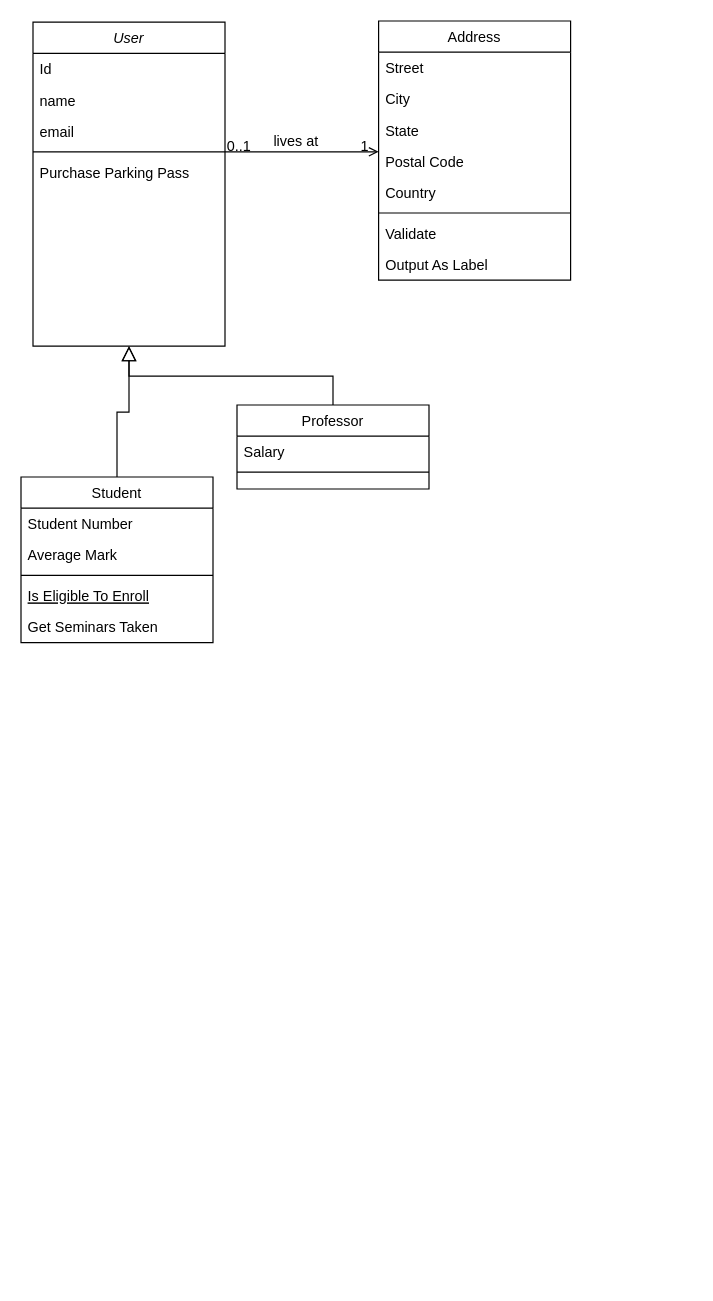
Earlier version of the draw.io diagram Untitled Diagram.drawio (Al1en131/Note-App). Source tidied: cells renumbered, new cells numbered last; positions are measured from the earlier drawing's top-left corner, leaving out a move shared by most shapes. Both pictures are drawn from the tidied source at 120%, with x=0, y=0 at pixel (20, 20).
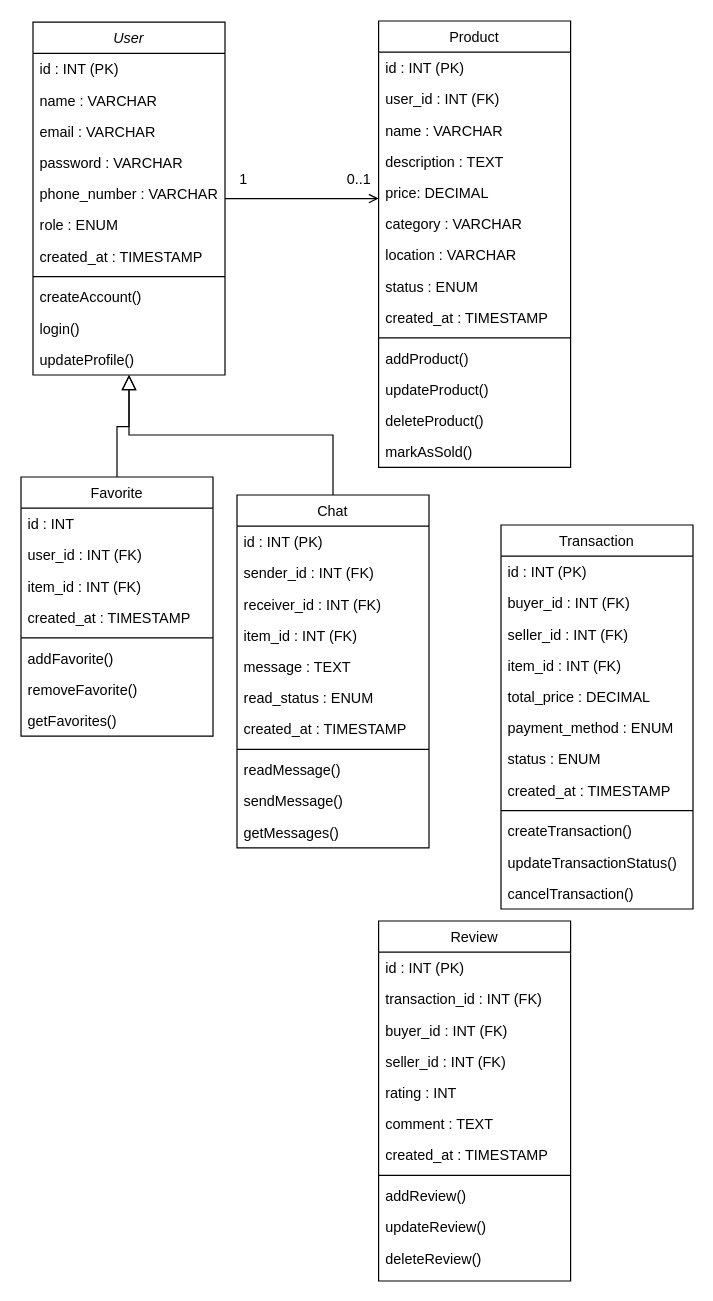
The same diagram, later.

The change refers to these unchanged cells:
```xml
<mxCell id="28" style="endArrow=open;shadow=0;strokeWidth=1;rounded=0;curved=0;endFill=1;edgeStyle=elbowEdgeStyle;elbow=vertical;" parent="1" edge="1" source="2" target="19">
  <mxGeometry x="0.5" y="41" relative="1" as="geometry">
    <mxPoint x="-40" y="32" as="offset" />
  </mxGeometry>
</mxCell>
```

Diff of the diagram source:
```diff
@@
     <mxCell id="2" value="User" style="swimlane;fontStyle=2;align=center;verticalAlign=top;horizontal=1;startSize=26;rounded=0;shadow=0;strokeWidth=1;" parent="1" vertex="1">
-      <mxGeometry x="10" y="1" width="160" height="270" as="geometry" />
+      <mxGeometry x="10" y="1" width="160" height="294" as="geometry" />
     </mxCell>
-    <mxCell id="3" value="Id" style="text;align=left;verticalAlign=top;spacingLeft=4;spacingRight=4;overflow=hidden;" parent="2" vertex="1">
+    <mxCell id="3" value="id : INT (PK)" style="text;align=left;verticalAlign=top;spacingLeft=4;spacingRight=4;overflow=hidden;" parent="2" vertex="1">
       <mxGeometry y="26" width="160" height="26" as="geometry" />
     </mxCell>
-    <mxCell id="4" value="name" style="text;align=left;verticalAlign=top;spacingLeft=4;spacingRight=4;overflow=hidden;rounded=0;shadow=0;html=0;" parent="2" vertex="1">
+    <mxCell id="4" value="name : VARCHAR" style="text;align=left;verticalAlign=top;spacingLeft=4;spacingRight=4;overflow=hidden;rounded=0;shadow=0;html=0;" parent="2" vertex="1">
       <mxGeometry y="52" width="160" height="26" as="geometry" />
     </mxCell>
-    <mxCell id="5" value="email" style="text;align=left;verticalAlign=top;spacingLeft=4;spacingRight=4;overflow=hidden;rounded=0;shadow=0;html=0;" parent="2" vertex="1">
+    <mxCell id="5" value="email : VARCHAR" style="text;align=left;verticalAlign=top;spacingLeft=4;spacingRight=4;overflow=hidden;rounded=0;shadow=0;html=0;" parent="2" vertex="1">
       <mxGeometry y="78" width="160" height="26" as="geometry" />
     </mxCell>
+    <mxCell id="32" value="password : VARCHAR" style="text;align=left;verticalAlign=top;spacingLeft=4;spacingRight=4;overflow=hidden;rounded=0;shadow=0;html=0;" parent="2" vertex="1">
+      <mxGeometry y="104" width="160" height="26" as="geometry" />
+    </mxCell>
+    <mxCell id="33" value="phone_number : VARCHAR" style="text;align=left;verticalAlign=top;spacingLeft=4;spacingRight=4;overflow=hidden;rounded=0;shadow=0;html=0;" parent="2" vertex="1">
+      <mxGeometry y="130" width="160" height="26" as="geometry" />
+    </mxCell>
+    <mxCell id="34" value="role : ENUM" style="text;align=left;verticalAlign=top;spacingLeft=4;spacingRight=4;overflow=hidden;rounded=0;shadow=0;html=0;" parent="2" vertex="1">
+      <mxGeometry y="156" width="160" height="26" as="geometry" />
+    </mxCell>
+    <mxCell id="35" value="created_at : TIMESTAMP" style="text;align=left;verticalAlign=top;spacingLeft=4;spacingRight=4;overflow=hidden;rounded=0;shadow=0;html=0;" parent="2" vertex="1">
+      <mxGeometry y="182" width="160" height="26" as="geometry" />
+    </mxCell>
     <mxCell id="6" style="line;html=1;strokeWidth=1;align=left;verticalAlign=middle;spacingTop=-1;spacingLeft=3;spacingRight=3;labelPosition=right;" parent="2" vertex="1">
-      <mxGeometry y="104" width="160" height="8" as="geometry" />
+      <mxGeometry y="208" width="160" height="8" as="geometry" />
     </mxCell>
-    <mxCell id="7" value="Purchase Parking Pass" style="text;align=left;verticalAlign=top;spacingLeft=4;spacingRight=4;overflow=hidden;" parent="2" vertex="1">
-      <mxGeometry y="112" width="160" height="26" as="geometry" />
+    <mxCell id="7" value="createAccount()" style="text;align=left;verticalAlign=top;spacingLeft=4;spacingRight=4;overflow=hidden;" parent="2" vertex="1">
+      <mxGeometry y="216" width="160" height="26" as="geometry" />
     </mxCell>
+    <mxCell id="36" value="login()" style="text;align=left;verticalAlign=top;spacingLeft=4;spacingRight=4;overflow=hidden;" parent="2" vertex="1">
+      <mxGeometry y="242" width="160" height="26" as="geometry" />
+    </mxCell>
+    <mxCell id="37" value="updateProfile()" style="text;align=left;verticalAlign=top;spacingLeft=4;spacingRight=4;overflow=hidden;" parent="2" vertex="1">
+      <mxGeometry y="268" width="160" height="26" as="geometry" />
+    </mxCell>
-    <mxCell id="8" value="Student" style="swimlane;fontStyle=0;align=center;verticalAlign=top;horizontal=1;startSize=26;rounded=0;shadow=0;strokeWidth=1;" parent="1" vertex="1">
-      <mxGeometry y="380" width="160" height="138" as="geometry" />
+    <mxCell id="8" value="Favorite" style="swimlane;fontStyle=0;align=center;verticalAlign=top;horizontal=1;startSize=26;rounded=0;shadow=0;strokeWidth=1;" parent="1" vertex="1">
+      <mxGeometry y="380" width="160" height="216" as="geometry" />
     </mxCell>
-    <mxCell id="9" value="Student Number" style="text;align=left;verticalAlign=top;spacingLeft=4;spacingRight=4;overflow=hidden;" parent="8" vertex="1">
+    <mxCell id="9" value="id : INT" style="text;align=left;verticalAlign=top;spacingLeft=4;spacingRight=4;overflow=hidden;" parent="8" vertex="1">
       <mxGeometry y="26" width="160" height="26" as="geometry" />
     </mxCell>
-    <mxCell id="10" value="Average Mark" style="text;align=left;verticalAlign=top;spacingLeft=4;spacingRight=4;overflow=hidden;rounded=0;shadow=0;html=0;" parent="8" vertex="1">
+    <mxCell id="10" value="user_id : INT (FK)" style="text;align=left;verticalAlign=top;spacingLeft=4;spacingRight=4;overflow=hidden;rounded=0;shadow=0;html=0;" parent="8" vertex="1">
       <mxGeometry y="52" width="160" height="26" as="geometry" />
     </mxCell>
+    <mxCell id="38" value="item_id : INT (FK)" style="text;align=left;verticalAlign=top;spacingLeft=4;spacingRight=4;overflow=hidden;rounded=0;shadow=0;html=0;" parent="8" vertex="1">
+      <mxGeometry y="78" width="160" height="26" as="geometry" />
+    </mxCell>
+    <mxCell id="39" value="created_at : TIMESTAMP" style="text;align=left;verticalAlign=top;spacingLeft=4;spacingRight=4;overflow=hidden;rounded=0;shadow=0;html=0;" parent="8" vertex="1">
+      <mxGeometry y="104" width="160" height="26" as="geometry" />
+    </mxCell>
     <mxCell id="11" style="line;html=1;strokeWidth=1;align=left;verticalAlign=middle;spacingTop=-1;spacingLeft=3;spacingRight=3;labelPosition=right;" parent="8" vertex="1">
-      <mxGeometry y="78" width="160" height="8" as="geometry" />
+      <mxGeometry y="130" width="160" height="8" as="geometry" />
     </mxCell>
-    <mxCell id="12" value="Is Eligible To Enroll" style="text;align=left;verticalAlign=top;spacingLeft=4;spacingRight=4;overflow=hidden;fontStyle=4;" parent="8" vertex="1">
-      <mxGeometry y="86" width="160" height="26" as="geometry" />
-    </mxCell>
-    <mxCell id="13" value="Get Seminars Taken" style="text;align=left;verticalAlign=top;spacingLeft=4;spacingRight=4;overflow=hidden;" parent="8" vertex="1">
-      <mxGeometry y="112" width="160" height="26" as="geometry" />
+    <mxCell id="13" value="addFavorite()" style="text;align=left;verticalAlign=top;spacingLeft=4;spacingRight=4;overflow=hidden;" parent="8" vertex="1">
+      <mxGeometry y="138" width="160" height="26" as="geometry" />
     </mxCell>
+    <mxCell id="40" value="removeFavorite()" style="text;align=left;verticalAlign=top;spacingLeft=4;spacingRight=4;overflow=hidden;rounded=0;shadow=0;html=0;" parent="8" vertex="1">
+      <mxGeometry y="164" width="160" height="26" as="geometry" />
+    </mxCell>
+    <mxCell id="41" value="getFavorites()" style="text;align=left;verticalAlign=top;spacingLeft=4;spacingRight=4;overflow=hidden;rounded=0;shadow=0;html=0;" parent="8" vertex="1">
+      <mxGeometry y="190" width="160" height="26" as="geometry" />
+    </mxCell>
@@
-    <mxCell id="15" value="Professor" style="swimlane;fontStyle=0;align=center;verticalAlign=top;horizontal=1;startSize=26;rounded=0;shadow=0;strokeWidth=1;" parent="1" vertex="1">
-      <mxGeometry x="180" y="320" width="160" height="70" as="geometry" />
+    <mxCell id="15" value="Chat" style="swimlane;fontStyle=0;align=center;verticalAlign=top;horizontal=1;startSize=26;rounded=0;shadow=0;strokeWidth=1;" parent="1" vertex="1">
+      <mxGeometry x="180" y="395" width="160" height="294" as="geometry" />
     </mxCell>
-    <mxCell id="16" value="Salary" style="text;align=left;verticalAlign=top;spacingLeft=4;spacingRight=4;overflow=hidden;" parent="15" vertex="1">
+    <mxCell id="16" value="id : INT (PK)" style="text;align=left;verticalAlign=top;spacingLeft=4;spacingRight=4;overflow=hidden;" parent="15" vertex="1">
       <mxGeometry y="26" width="160" height="26" as="geometry" />
     </mxCell>
+    <mxCell id="42" value="sender_id : INT (FK)" style="text;align=left;verticalAlign=top;spacingLeft=4;spacingRight=4;overflow=hidden;" parent="15" vertex="1">
+      <mxGeometry y="52" width="160" height="26" as="geometry" />
+    </mxCell>
+    <mxCell id="43" value="receiver_id : INT (FK)" style="text;align=left;verticalAlign=top;spacingLeft=4;spacingRight=4;overflow=hidden;" parent="15" vertex="1">
+      <mxGeometry y="78" width="160" height="26" as="geometry" />
+    </mxCell>
+    <mxCell id="44" value="item_id : INT (FK)" style="text;align=left;verticalAlign=top;spacingLeft=4;spacingRight=4;overflow=hidden;" parent="15" vertex="1">
+      <mxGeometry y="104" width="160" height="26" as="geometry" />
+    </mxCell>
+    <mxCell id="45" value="message : TEXT" style="text;align=left;verticalAlign=top;spacingLeft=4;spacingRight=4;overflow=hidden;" parent="15" vertex="1">
+      <mxGeometry y="130" width="160" height="26" as="geometry" />
+    </mxCell>
+    <mxCell id="46" value="read_status : ENUM" style="text;align=left;verticalAlign=top;spacingLeft=4;spacingRight=4;overflow=hidden;" parent="15" vertex="1">
+      <mxGeometry y="156" width="160" height="26" as="geometry" />
+    </mxCell>
+    <mxCell id="47" value="created_at : TIMESTAMP" style="text;align=left;verticalAlign=top;spacingLeft=4;spacingRight=4;overflow=hidden;" parent="15" vertex="1">
+      <mxGeometry y="182" width="160" height="26" as="geometry" />
+    </mxCell>
     <mxCell id="17" style="line;html=1;strokeWidth=1;align=left;verticalAlign=middle;spacingTop=-1;spacingLeft=3;spacingRight=3;labelPosition=right;" parent="15" vertex="1">
-      <mxGeometry y="52" width="160" height="8" as="geometry" />
+      <mxGeometry y="208" width="160" height="8" as="geometry" />
     </mxCell>
+    <mxCell id="48" value="readMessage()" style="text;align=left;verticalAlign=top;spacingLeft=4;spacingRight=4;overflow=hidden;" parent="15" vertex="1">
+      <mxGeometry y="216" width="160" height="26" as="geometry" />
+    </mxCell>
+    <mxCell id="49" value="sendMessage()" style="text;align=left;verticalAlign=top;spacingLeft=4;spacingRight=4;overflow=hidden;" parent="15" vertex="1">
+      <mxGeometry y="242" width="160" height="26" as="geometry" />
+    </mxCell>
+    <mxCell id="50" value="getMessages()" style="text;align=left;verticalAlign=top;spacingLeft=4;spacingRight=4;overflow=hidden;" parent="15" vertex="1">
+      <mxGeometry y="268" width="160" height="26" as="geometry" />
+    </mxCell>
@@
-    <mxCell id="19" value="Address" style="swimlane;fontStyle=0;align=center;verticalAlign=top;horizontal=1;startSize=26;rounded=0;shadow=0;strokeWidth=1;" parent="1" vertex="1">
-      <mxGeometry x="298" width="160" height="216" as="geometry" />
+    <mxCell id="19" value="Product" style="swimlane;fontStyle=0;align=center;verticalAlign=top;horizontal=1;startSize=26;rounded=0;shadow=0;strokeWidth=1;" parent="1" vertex="1">
+      <mxGeometry x="298" width="160" height="372" as="geometry" />
     </mxCell>
-    <mxCell id="20" value="Street" style="text;align=left;verticalAlign=top;spacingLeft=4;spacingRight=4;overflow=hidden;" parent="19" vertex="1">
+    <mxCell id="20" value="id : INT (PK)" style="text;align=left;verticalAlign=top;spacingLeft=4;spacingRight=4;overflow=hidden;" parent="19" vertex="1">
       <mxGeometry y="26" width="160" height="26" as="geometry" />
     </mxCell>
-    <mxCell id="21" value="City" style="text;align=left;verticalAlign=top;spacingLeft=4;spacingRight=4;overflow=hidden;rounded=0;shadow=0;html=0;" parent="19" vertex="1">
+    <mxCell id="21" value="user_id : INT (FK)" style="text;align=left;verticalAlign=top;spacingLeft=4;spacingRight=4;overflow=hidden;rounded=0;shadow=0;html=0;" parent="19" vertex="1">
       <mxGeometry y="52" width="160" height="26" as="geometry" />
     </mxCell>
-    <mxCell id="22" value="State" style="text;align=left;verticalAlign=top;spacingLeft=4;spacingRight=4;overflow=hidden;rounded=0;shadow=0;html=0;" parent="19" vertex="1">
+    <mxCell id="22" value="name : VARCHAR" style="text;align=left;verticalAlign=top;spacingLeft=4;spacingRight=4;overflow=hidden;rounded=0;shadow=0;html=0;" parent="19" vertex="1">
       <mxGeometry y="78" width="160" height="26" as="geometry" />
     </mxCell>
-    <mxCell id="23" value="Postal Code" style="text;align=left;verticalAlign=top;spacingLeft=4;spacingRight=4;overflow=hidden;rounded=0;shadow=0;html=0;" parent="19" vertex="1">
+    <mxCell id="23" value="description : TEXT" style="text;align=left;verticalAlign=top;spacingLeft=4;spacingRight=4;overflow=hidden;rounded=0;shadow=0;html=0;" parent="19" vertex="1">
       <mxGeometry y="104" width="160" height="26" as="geometry" />
     </mxCell>
-    <mxCell id="24" value="Country" style="text;align=left;verticalAlign=top;spacingLeft=4;spacingRight=4;overflow=hidden;rounded=0;shadow=0;html=0;" parent="19" vertex="1">
+    <mxCell id="24" value="price: DECIMAL" style="text;align=left;verticalAlign=top;spacingLeft=4;spacingRight=4;overflow=hidden;rounded=0;shadow=0;html=0;" parent="19" vertex="1">
       <mxGeometry y="130" width="160" height="26" as="geometry" />
     </mxCell>
+    <mxCell id="51" value="category : VARCHAR" style="text;align=left;verticalAlign=top;spacingLeft=4;spacingRight=4;overflow=hidden;rounded=0;shadow=0;html=0;" parent="19" vertex="1">
+      <mxGeometry y="156" width="160" height="26" as="geometry" />
+    </mxCell>
+    <mxCell id="52" value="location : VARCHAR" style="text;align=left;verticalAlign=top;spacingLeft=4;spacingRight=4;overflow=hidden;rounded=0;shadow=0;html=0;" parent="19" vertex="1">
+      <mxGeometry y="182" width="160" height="26" as="geometry" />
+    </mxCell>
+    <mxCell id="53" value="status : ENUM" style="text;align=left;verticalAlign=top;spacingLeft=4;spacingRight=4;overflow=hidden;rounded=0;shadow=0;html=0;" parent="19" vertex="1">
+      <mxGeometry y="208" width="160" height="26" as="geometry" />
+    </mxCell>
+    <mxCell id="54" value="created_at : TIMESTAMP" style="text;align=left;verticalAlign=top;spacingLeft=4;spacingRight=4;overflow=hidden;rounded=0;shadow=0;html=0;" parent="19" vertex="1">
+      <mxGeometry y="234" width="160" height="26" as="geometry" />
+    </mxCell>
     <mxCell id="25" style="line;html=1;strokeWidth=1;align=left;verticalAlign=middle;spacingTop=-1;spacingLeft=3;spacingRight=3;labelPosition=right;" parent="19" vertex="1">
-      <mxGeometry y="156" width="160" height="8" as="geometry" />
+      <mxGeometry y="260" width="160" height="8" as="geometry" />
     </mxCell>
-    <mxCell id="26" value="Validate" style="text;align=left;verticalAlign=top;spacingLeft=4;spacingRight=4;overflow=hidden;" parent="19" vertex="1">
-      <mxGeometry y="164" width="160" height="26" as="geometry" />
+    <mxCell id="26" value="addProduct()" style="text;align=left;verticalAlign=top;spacingLeft=4;spacingRight=4;overflow=hidden;" parent="19" vertex="1">
+      <mxGeometry y="268" width="160" height="26" as="geometry" />
     </mxCell>
-    <mxCell id="27" value="Output As Label" style="text;align=left;verticalAlign=top;spacingLeft=4;spacingRight=4;overflow=hidden;" parent="19" vertex="1">
-      <mxGeometry y="190" width="160" height="26" as="geometry" />
+    <mxCell id="27" value="updateProduct()" style="text;align=left;verticalAlign=top;spacingLeft=4;spacingRight=4;overflow=hidden;" parent="19" vertex="1">
+      <mxGeometry y="294" width="160" height="26" as="geometry" />
     </mxCell>
+    <mxCell id="55" value="deleteProduct()" style="text;align=left;verticalAlign=top;spacingLeft=4;spacingRight=4;overflow=hidden;rounded=0;shadow=0;html=0;" parent="19" vertex="1">
+      <mxGeometry y="320" width="160" height="26" as="geometry" />
+    </mxCell>
+    <mxCell id="56" value="markAsSold()" style="text;align=left;verticalAlign=top;spacingLeft=4;spacingRight=4;overflow=hidden;rounded=0;shadow=0;html=0;" parent="19" vertex="1">
+      <mxGeometry y="346" width="160" height="26" as="geometry" />
+    </mxCell>
@@
     <mxCell id="29" value="0..1" style="align=left;verticalAlign=bottom;labelBackgroundColor=none;fontSize=12;" parent="28" vertex="1">
       <mxGeometry x="-1" relative="1" as="geometry">
-        <mxPoint y="4" as="offset" />
+        <mxPoint x="100" y="-8" as="offset" />
       </mxGeometry>
     </mxCell>
     <mxCell id="30" value="1" style="align=right;verticalAlign=bottom;labelBackgroundColor=none;fontSize=12;" parent="28" vertex="1">
       <mxGeometry x="1" relative="1" as="geometry">
-        <mxPoint x="-7" y="4" as="offset" />
+        <mxPoint x="-108" y="-8" as="offset" />
       </mxGeometry>
     </mxCell>
-    <mxCell id="31" value="lives at" style="text;html=1;align=center;verticalAlign=middle;labelBackgroundColor=none;rounded=0;shadow=0;strokeWidth=1;fontSize=12;" parent="28" vertex="1">
-      <mxGeometry x="0.5" y="49" relative="1" as="geometry">
-        <mxPoint x="-38" y="40" as="offset" />
-      </mxGeometry>
-    </mxCell>
+    <mxCell id="57" value="Transaction" style="swimlane;fontStyle=0;align=center;verticalAlign=top;horizontal=1;startSize=26;rounded=0;shadow=0;strokeWidth=1;" parent="1" vertex="1">
+      <mxGeometry x="400" y="420" width="160" height="320" as="geometry" />
+    </mxCell>
+    <mxCell id="58" value="id : INT (PK)" style="text;align=left;verticalAlign=top;spacingLeft=4;spacingRight=4;overflow=hidden;" parent="57" vertex="1">
+      <mxGeometry y="26" width="160" height="26" as="geometry" />
+    </mxCell>
+    <mxCell id="59" value="buyer_id : INT (FK)" style="text;align=left;verticalAlign=top;spacingLeft=4;spacingRight=4;overflow=hidden;rounded=0;shadow=0;html=0;" parent="57" vertex="1">
+      <mxGeometry y="52" width="160" height="26" as="geometry" />
+    </mxCell>
+    <mxCell id="60" value="seller_id : INT (FK)" style="text;align=left;verticalAlign=top;spacingLeft=4;spacingRight=4;overflow=hidden;rounded=0;shadow=0;html=0;" parent="57" vertex="1">
+      <mxGeometry y="78" width="160" height="26" as="geometry" />
+    </mxCell>
+    <mxCell id="61" value="item_id : INT (FK)" style="text;align=left;verticalAlign=top;spacingLeft=4;spacingRight=4;overflow=hidden;rounded=0;shadow=0;html=0;" parent="57" vertex="1">
+      <mxGeometry y="104" width="160" height="26" as="geometry" />
+    </mxCell>
+    <mxCell id="62" value="total_price : DECIMAL" style="text;align=left;verticalAlign=top;spacingLeft=4;spacingRight=4;overflow=hidden;rounded=0;shadow=0;html=0;" parent="57" vertex="1">
+      <mxGeometry y="130" width="160" height="26" as="geometry" />
+    </mxCell>
+    <mxCell id="63" value="payment_method : ENUM" style="text;align=left;verticalAlign=top;spacingLeft=4;spacingRight=4;overflow=hidden;rounded=0;shadow=0;html=0;" parent="57" vertex="1">
+      <mxGeometry y="156" width="160" height="26" as="geometry" />
+    </mxCell>
+    <mxCell id="64" value="status : ENUM" style="text;align=left;verticalAlign=top;spacingLeft=4;spacingRight=4;overflow=hidden;rounded=0;shadow=0;html=0;" parent="57" vertex="1">
+      <mxGeometry y="182" width="160" height="26" as="geometry" />
+    </mxCell>
+    <mxCell id="65" value="created_at : TIMESTAMP" style="text;align=left;verticalAlign=top;spacingLeft=4;spacingRight=4;overflow=hidden;rounded=0;shadow=0;html=0;" parent="57" vertex="1">
+      <mxGeometry y="208" width="160" height="26" as="geometry" />
+    </mxCell>
+    <mxCell id="66" style="line;html=1;strokeWidth=1;align=left;verticalAlign=middle;spacingTop=-1;spacingLeft=3;spacingRight=3;labelPosition=right;" parent="57" vertex="1">
+      <mxGeometry y="234" width="160" height="8" as="geometry" />
+    </mxCell>
+    <mxCell id="67" value="createTransaction()" style="text;align=left;verticalAlign=top;spacingLeft=4;spacingRight=4;overflow=hidden;" parent="57" vertex="1">
+      <mxGeometry y="242" width="160" height="26" as="geometry" />
+    </mxCell>
+    <mxCell id="68" value="updateTransactionStatus()" style="text;align=left;verticalAlign=top;spacingLeft=4;spacingRight=4;overflow=hidden;" parent="57" vertex="1">
+      <mxGeometry y="268" width="160" height="26" as="geometry" />
+    </mxCell>
+    <mxCell id="69" value="cancelTransaction()" style="text;align=left;verticalAlign=top;spacingLeft=4;spacingRight=4;overflow=hidden;rounded=0;shadow=0;html=0;" parent="57" vertex="1">
+      <mxGeometry y="294" width="160" height="26" as="geometry" />
+    </mxCell>
+    <mxCell id="70" value="Review" style="swimlane;fontStyle=0;align=center;verticalAlign=top;horizontal=1;startSize=26;rounded=0;shadow=0;strokeWidth=1;" parent="1" vertex="1">
+      <mxGeometry x="298" y="750" width="160" height="300" as="geometry" />
+    </mxCell>
+    <mxCell id="71" value="id : INT (PK)" style="text;align=left;verticalAlign=top;spacingLeft=4;spacingRight=4;overflow=hidden;" parent="70" vertex="1">
+      <mxGeometry y="26" width="160" height="26" as="geometry" />
+    </mxCell>
+    <mxCell id="72" value="transaction_id : INT (FK)" style="text;align=left;verticalAlign=top;spacingLeft=4;spacingRight=4;overflow=hidden;rounded=0;shadow=0;html=0;" parent="70" vertex="1">
+      <mxGeometry y="52" width="160" height="26" as="geometry" />
+    </mxCell>
+    <mxCell id="73" value="buyer_id : INT (FK)" style="text;align=left;verticalAlign=top;spacingLeft=4;spacingRight=4;overflow=hidden;rounded=0;shadow=0;html=0;" parent="70" vertex="1">
+      <mxGeometry y="78" width="160" height="26" as="geometry" />
+    </mxCell>
+    <mxCell id="74" value="seller_id : INT (FK)" style="text;align=left;verticalAlign=top;spacingLeft=4;spacingRight=4;overflow=hidden;rounded=0;shadow=0;html=0;" parent="70" vertex="1">
+      <mxGeometry y="104" width="160" height="26" as="geometry" />
+    </mxCell>
+    <mxCell id="75" value="rating : INT" style="text;align=left;verticalAlign=top;spacingLeft=4;spacingRight=4;overflow=hidden;rounded=0;shadow=0;html=0;" parent="70" vertex="1">
+      <mxGeometry y="130" width="160" height="26" as="geometry" />
+    </mxCell>
+    <mxCell id="76" value="comment : TEXT" style="text;align=left;verticalAlign=top;spacingLeft=4;spacingRight=4;overflow=hidden;rounded=0;shadow=0;html=0;" parent="70" vertex="1">
+      <mxGeometry y="156" width="160" height="26" as="geometry" />
+    </mxCell>
+    <mxCell id="77" value="created_at : TIMESTAMP" style="text;align=left;verticalAlign=top;spacingLeft=4;spacingRight=4;overflow=hidden;rounded=0;shadow=0;html=0;" parent="70" vertex="1">
+      <mxGeometry y="182" width="160" height="26" as="geometry" />
+    </mxCell>
+    <mxCell id="78" style="line;html=1;strokeWidth=1;align=left;verticalAlign=middle;spacingTop=-1;spacingLeft=3;spacingRight=3;labelPosition=right;" parent="70" vertex="1">
+      <mxGeometry y="208" width="160" height="8" as="geometry" />
+    </mxCell>
+    <mxCell id="79" value="addReview()" style="text;align=left;verticalAlign=top;spacingLeft=4;spacingRight=4;overflow=hidden;" parent="70" vertex="1">
+      <mxGeometry y="216" width="160" height="26" as="geometry" />
+    </mxCell>
+    <mxCell id="80" value="updateReview()" style="text;align=left;verticalAlign=top;spacingLeft=4;spacingRight=4;overflow=hidden;" parent="70" vertex="1">
+      <mxGeometry y="242" width="160" height="26" as="geometry" />
+    </mxCell>
+    <mxCell id="81" value="deleteReview()" style="text;align=left;verticalAlign=top;spacingLeft=4;spacingRight=4;overflow=hidden;rounded=0;shadow=0;html=0;" parent="70" vertex="1">
+      <mxGeometry y="268" width="160" height="26" as="geometry" />
+    </mxCell>
```
